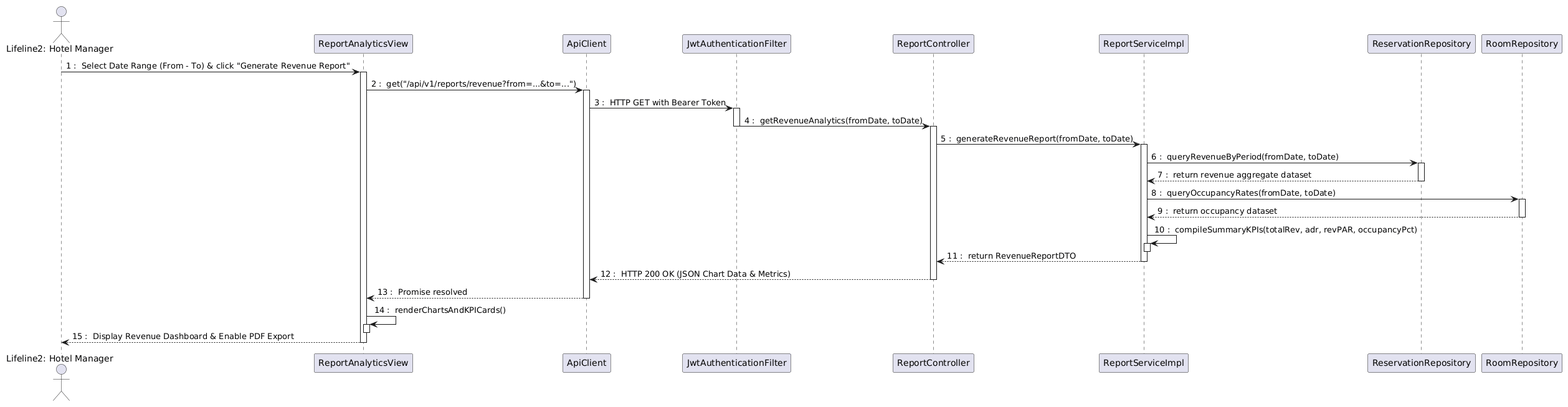
Above: docs/Class + Sequence/seq_46_report.png in hieupeek/sba_doc (PlantUML), before the change. The source it was exported from:
```plantuml
@startuml
skinparam shadowed false
autonumber 1 "0 : "

actor "Lifeline2: Hotel Manager" as Manager
participant ReportAnalyticsView
participant ApiClient
participant JwtAuthenticationFilter
participant ReportController
participant ReportServiceImpl
participant ReservationRepository
participant RoomRepository

Manager -> ReportAnalyticsView : Select Date Range (From - To) & click "Generate Revenue Report"
activate ReportAnalyticsView

ReportAnalyticsView -> ApiClient : get("/api/v1/reports/revenue?from=...&to=...")
activate ApiClient

ApiClient -> JwtAuthenticationFilter : HTTP GET with Bearer Token
activate JwtAuthenticationFilter

JwtAuthenticationFilter -> ReportController : getRevenueAnalytics(fromDate, toDate)
deactivate JwtAuthenticationFilter
activate ReportController

ReportController -> ReportServiceImpl : generateRevenueReport(fromDate, toDate)
activate ReportServiceImpl

ReportServiceImpl -> ReservationRepository : queryRevenueByPeriod(fromDate, toDate)
activate ReservationRepository
ReservationRepository --> ReportServiceImpl : return revenue aggregate dataset
deactivate ReservationRepository

ReportServiceImpl -> RoomRepository : queryOccupancyRates(fromDate, toDate)
activate RoomRepository
RoomRepository --> ReportServiceImpl : return occupancy dataset
deactivate RoomRepository

ReportServiceImpl -> ReportServiceImpl : compileSummaryKPIs(totalRev, adr, revPAR, occupancyPct)
activate ReportServiceImpl
deactivate ReportServiceImpl

ReportServiceImpl --> ReportController : return RevenueReportDTO
deactivate ReportServiceImpl

ReportController --> ApiClient : HTTP 200 OK (JSON Chart Data & Metrics)
deactivate ReportController

ApiClient --> ReportAnalyticsView : Promise resolved
deactivate ApiClient

ReportAnalyticsView -> ReportAnalyticsView : renderChartsAndKPICards()
activate ReportAnalyticsView
deactivate ReportAnalyticsView

ReportAnalyticsView --> Manager : Display Revenue Dashboard & Enable PDF Export
deactivate ReportAnalyticsView
@enduml
```
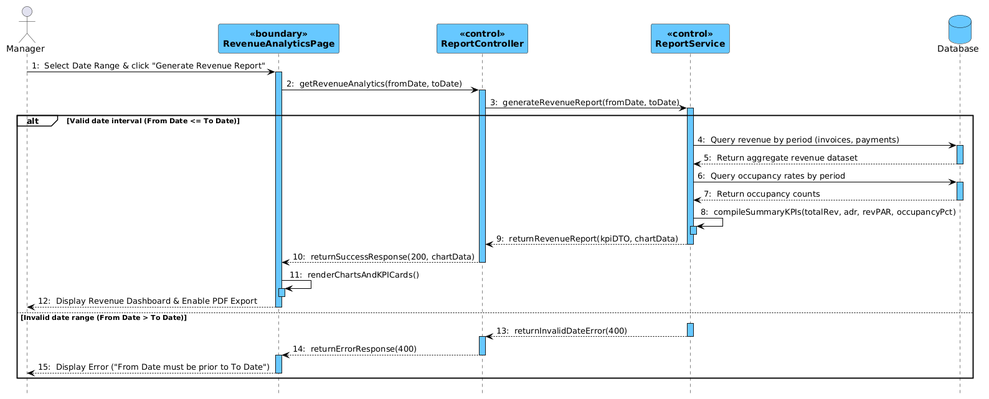
Above is the later version.

What changed in the source:
```diff
@@ -1,59 +1,79 @@
 @startuml
 skinparam shadowed false
-autonumber 1 "0 : "
+autonumber 1 "0: "
+hide footbox
 
-actor "Lifeline2: Hotel Manager" as Manager
-participant ReportAnalyticsView
-participant ApiClient
-participant JwtAuthenticationFilter
-participant ReportController
-participant ReportServiceImpl
-participant ReservationRepository
-participant RoomRepository
+skinparam participantBackgroundColor #67C8FF
+skinparam participantBorderColor #000000
+skinparam participantFontColor #000000
+skinparam participantFontStyle bold
 
-Manager -> ReportAnalyticsView : Select Date Range (From - To) & click "Generate Revenue Report"
-activate ReportAnalyticsView
+skinparam databaseBackgroundColor #67C8FF
+skinparam databaseBorderColor #000000
+skinparam databaseFontColor #000000
 
-ReportAnalyticsView -> ApiClient : get("/api/v1/reports/revenue?from=...&to=...")
-activate ApiClient
+skinparam sequenceLifeLineBackgroundColor #67C8FF
+skinparam sequenceLifeLineBorderColor #000000
+skinparam sequenceArrowColor #000000
 
-ApiClient -> JwtAuthenticationFilter : HTTP GET with Bearer Token
-activate JwtAuthenticationFilter
+skinparam SequenceGroupFontColor #000000
+skinparam SequenceGroupFontStyle bold
+skinparam SequenceGroupHeaderFontColor #000000
+skinparam SequenceGroupHeaderFontStyle bold
+skinparam SequenceGroupBorderColor #000000
+skinparam SequenceGroupBackgroundColor transparent
 
-JwtAuthenticationFilter -> ReportController : getRevenueAnalytics(fromDate, toDate)
-deactivate JwtAuthenticationFilter
+actor Manager
+participant RevenueAnalyticsPage <<boundary>>
+participant ReportController <<control>>
+participant ReportService <<control>>
+database Database
+
+Manager -> RevenueAnalyticsPage : Select Date Range & click "Generate Revenue Report"
+activate RevenueAnalyticsPage
+
+RevenueAnalyticsPage -> ReportController : getRevenueAnalytics(fromDate, toDate)
 activate ReportController
 
-ReportController -> ReportServiceImpl : generateRevenueReport(fromDate, toDate)
-activate ReportServiceImpl
+ReportController -> ReportService : generateRevenueReport(fromDate, toDate)
+activate ReportService
 
-ReportServiceImpl -> ReservationRepository : queryRevenueByPeriod(fromDate, toDate)
-activate ReservationRepository
-ReservationRepository --> ReportServiceImpl : return revenue aggregate dataset
-deactivate ReservationRepository
+alt Valid date interval (From Date <= To Date)
+    ReportService -> Database : Query revenue by period (invoices, payments)
+    activate Database
+    Database --> ReportService : Return aggregate revenue dataset
+    deactivate Database
 
-ReportServiceImpl -> RoomRepository : queryOccupancyRates(fromDate, toDate)
-activate RoomRepository
-RoomRepository --> ReportServiceImpl : return occupancy dataset
-deactivate RoomRepository
+    ReportService -> Database : Query occupancy rates by period
+    activate Database
+    Database --> ReportService : Return occupancy counts
+    deactivate Database
 
-ReportServiceImpl -> ReportServiceImpl : compileSummaryKPIs(totalRev, adr, revPAR, occupancyPct)
-activate ReportServiceImpl
-deactivate ReportServiceImpl
+    ReportService -> ReportService : compileSummaryKPIs(totalRev, adr, revPAR, occupancyPct)
+    activate ReportService
+    deactivate ReportService
 
-ReportServiceImpl --> ReportController : return RevenueReportDTO
-deactivate ReportServiceImpl
+    ReportService --> ReportController : returnRevenueReport(kpiDTO, chartData)
+    deactivate ReportService
 
-ReportController --> ApiClient : HTTP 200 OK (JSON Chart Data & Metrics)
-deactivate ReportController
+    ReportController --> RevenueAnalyticsPage : returnSuccessResponse(200, chartData)
+    deactivate ReportController
 
-ApiClient --> ReportAnalyticsView : Promise resolved
-deactivate ApiClient
+    RevenueAnalyticsPage -> RevenueAnalyticsPage : renderChartsAndKPICards()
+    activate RevenueAnalyticsPage
+    deactivate RevenueAnalyticsPage
 
-ReportAnalyticsView -> ReportAnalyticsView : renderChartsAndKPICards()
-activate ReportAnalyticsView
-deactivate ReportAnalyticsView
-
-ReportAnalyticsView --> Manager : Display Revenue Dashboard & Enable PDF Export
-deactivate ReportAnalyticsView
+    RevenueAnalyticsPage --> Manager : Display Revenue Dashboard & Enable PDF Export
+    deactivate RevenueAnalyticsPage
+else Invalid date range (From Date > To Date)
+    activate ReportService
+    ReportService --> ReportController : returnInvalidDateError(400)
+    deactivate ReportService
+    activate ReportController
+    ReportController --> RevenueAnalyticsPage : returnErrorResponse(400)
+    deactivate ReportController
+    activate RevenueAnalyticsPage
+    RevenueAnalyticsPage --> Manager : Display Error ("From Date must be prior to To Date")
+    deactivate RevenueAnalyticsPage
+end
 @enduml
```
